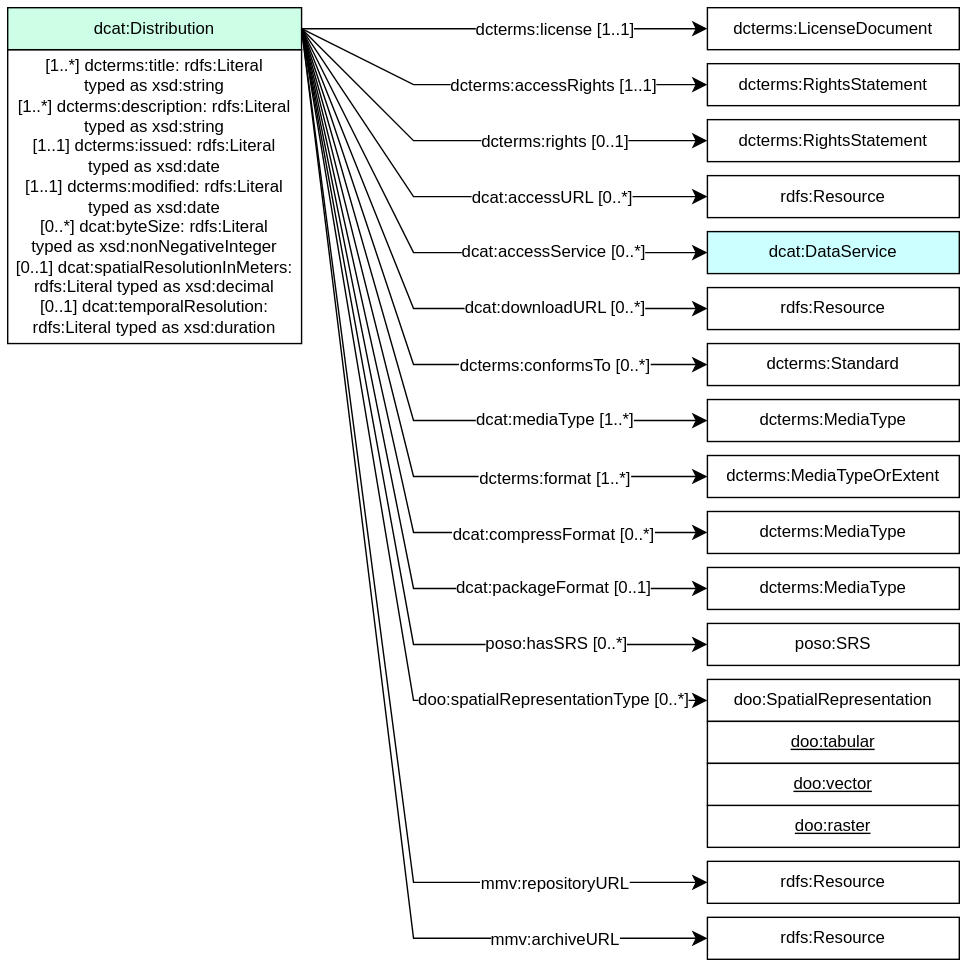
This is CEH-DCAT-AP/CEH-DCAT-AP_diagrams/dcat-distribution.svg from NERC-CEH/digital-objects-ontology, a draw.io export, as it was before one commit. Source tidied: cells renumbered, new cells last; positions are measured from the earlier drawing's top-left corner, leaving out a move shared by most shapes.
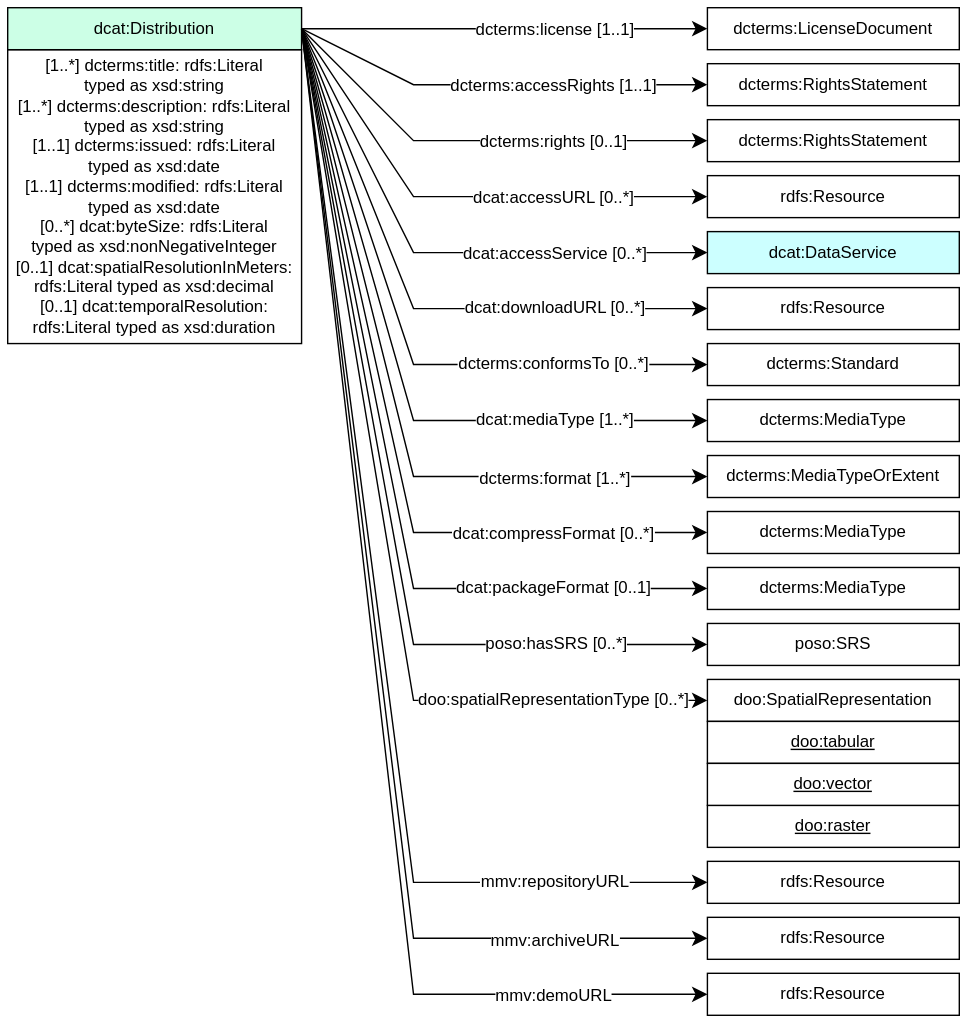
After the commit.

Commit message:
added mmv:demoURL predicate from the methods metadata vocabulary

The edit, as a diff of the source:
```diff
@@ -241,5 +241,20 @@
     <mxCell id="52" value="rdfs:Resource" style="rounded=0;whiteSpace=wrap;html=1;snapToPoint=1;points=[[0.1,0],[0.2,0],[0.3,0],[0.4,0],[0.5,0],[0.6,0],[0.7,0],[0.8,0],[0.9,0],[0,0.1],[0,0.3],[0,0.5],[0,0.7],[0,0.9],[0.1,1],[0.2,1],[0.3,1],[0.4,1],[0.5,1],[0.6,1],[0.7,1],[0.8,1],[0.9,1],[1,0.1],[1,0.3],[1,0.5],[1,0.7],[1,0.9]];" parent="1" vertex="1">
       <mxGeometry x="500" y="650" width="180" height="30" as="geometry" />
     </mxCell>
+    <mxCell id="53" style="endArrow=classic;html=1;exitX=1;exitY=0.5;exitDx=0;exitDy=0;entryX=0;entryY=0.5;entryDx=0;entryDy=0;endSize=8;arcSize=0;rounded=0;" parent="1" edge="1" source="18" target="55">
+      <mxGeometry relative="1" as="geometry">
+        <Array as="points">
+          <mxPoint x="290" y="705" />
+        </Array>
+      </mxGeometry>
+    </mxCell>
+    <mxCell id="54" value="&lt;div&gt;mmv:demoURL&lt;/div&gt;" style="text;html=1;align=center;verticalAlign=middle;labelBackgroundColor=#ffffff;" parent="53" vertex="1">
+      <mxGeometry x="-0.13" relative="1" as="geometry">
+        <mxPoint x="134" y="298" as="offset" />
+      </mxGeometry>
+    </mxCell>
+    <mxCell id="55" value="rdfs:Resource" style="rounded=0;whiteSpace=wrap;html=1;snapToPoint=1;points=[[0.1,0],[0.2,0],[0.3,0],[0.4,0],[0.5,0],[0.6,0],[0.7,0],[0.8,0],[0.9,0],[0,0.1],[0,0.3],[0,0.5],[0,0.7],[0,0.9],[0.1,1],[0.2,1],[0.3,1],[0.4,1],[0.5,1],[0.6,1],[0.7,1],[0.8,1],[0.9,1],[1,0.1],[1,0.3],[1,0.5],[1,0.7],[1,0.9]];" parent="1" vertex="1">
+      <mxGeometry x="500" y="690" width="180" height="30" as="geometry" />
+    </mxCell>
   </root>
 </mxGraphModel>
```
